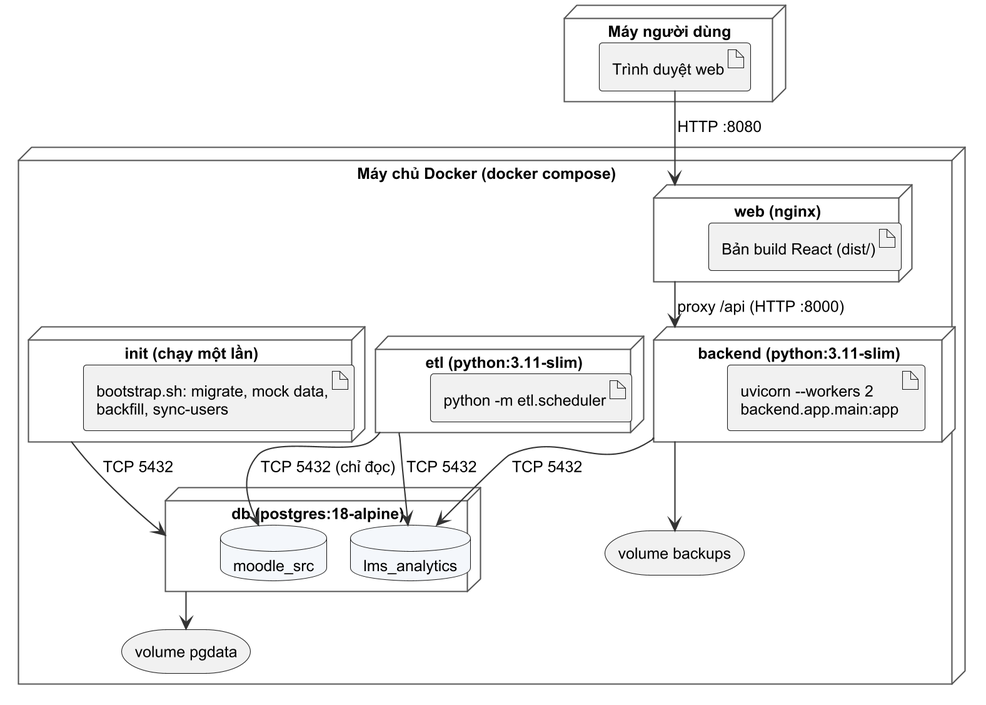
The PlantUML diagram docs/diagrams/png/deploy_docker.png in ThangThieng/Do_an_chuyen_nganh, before a commit.
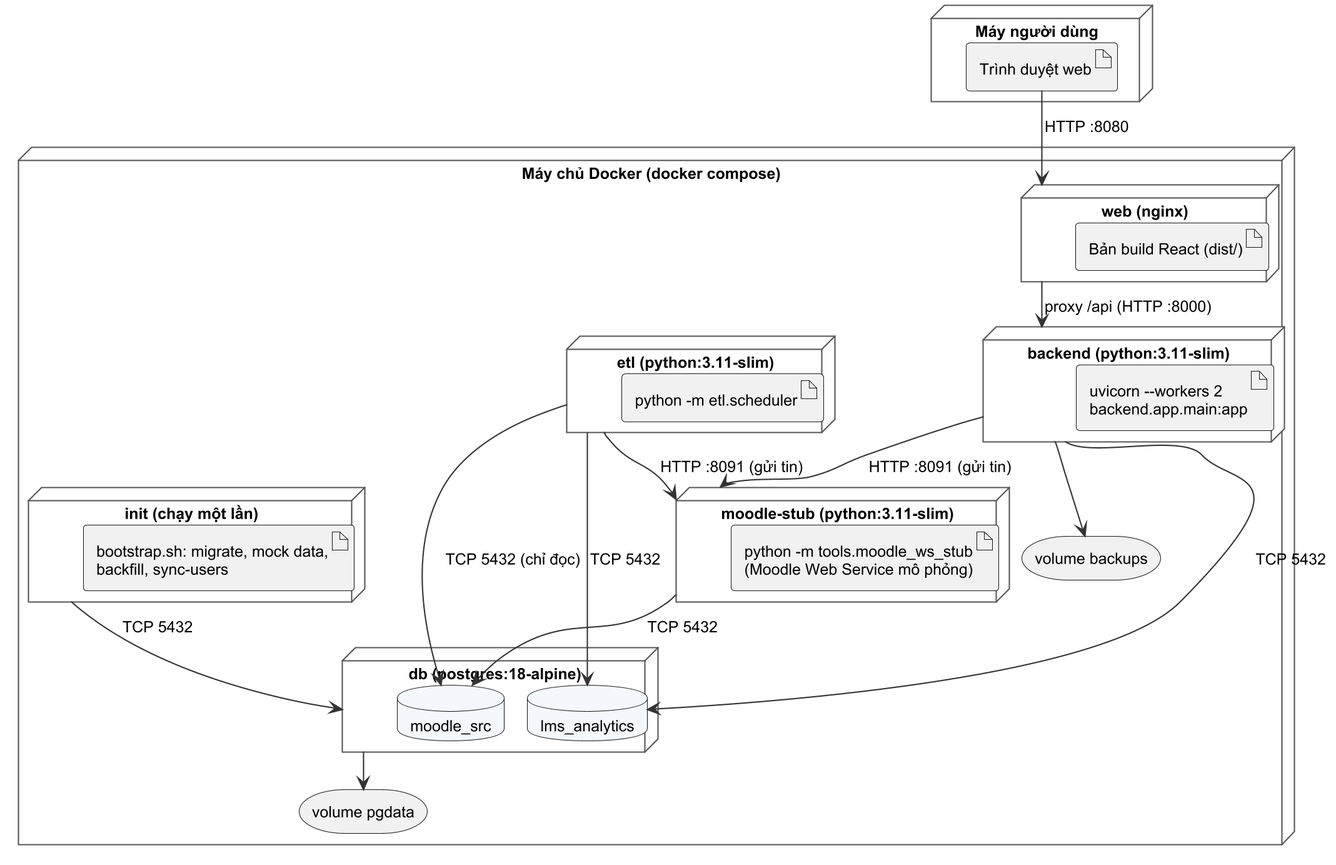
The same file after the commit.

The edit, as a diff of the source:
```diff
@@ -12,6 +12,9 @@
   }
   node "etl (python:3.11-slim)" as ETL {
     artifact "python -m etl.scheduler" as SCH
+  }
+  node "moodle-stub (python:3.11-slim)" as STUB {
+    artifact "python -m tools.moodle_ws_stub\n(Moodle Web Service mô phỏng)" as WS
   }
   node "init (chạy một lần)" as INIT {
     artifact "bootstrap.sh: migrate, mock data,\nbackfill, sync-users" as BS
@@ -29,6 +32,9 @@
 ETL --> MD : TCP 5432 (chỉ đọc)
 ETL --> AN : TCP 5432
 INIT --> DB : TCP 5432
+BE --> STUB : HTTP :8091 (gửi tin)
+ETL --> STUB : HTTP :8091 (gửi tin)
+STUB --> MD : TCP 5432
 DB --> V1
 BE --> V2
 @enduml
```
